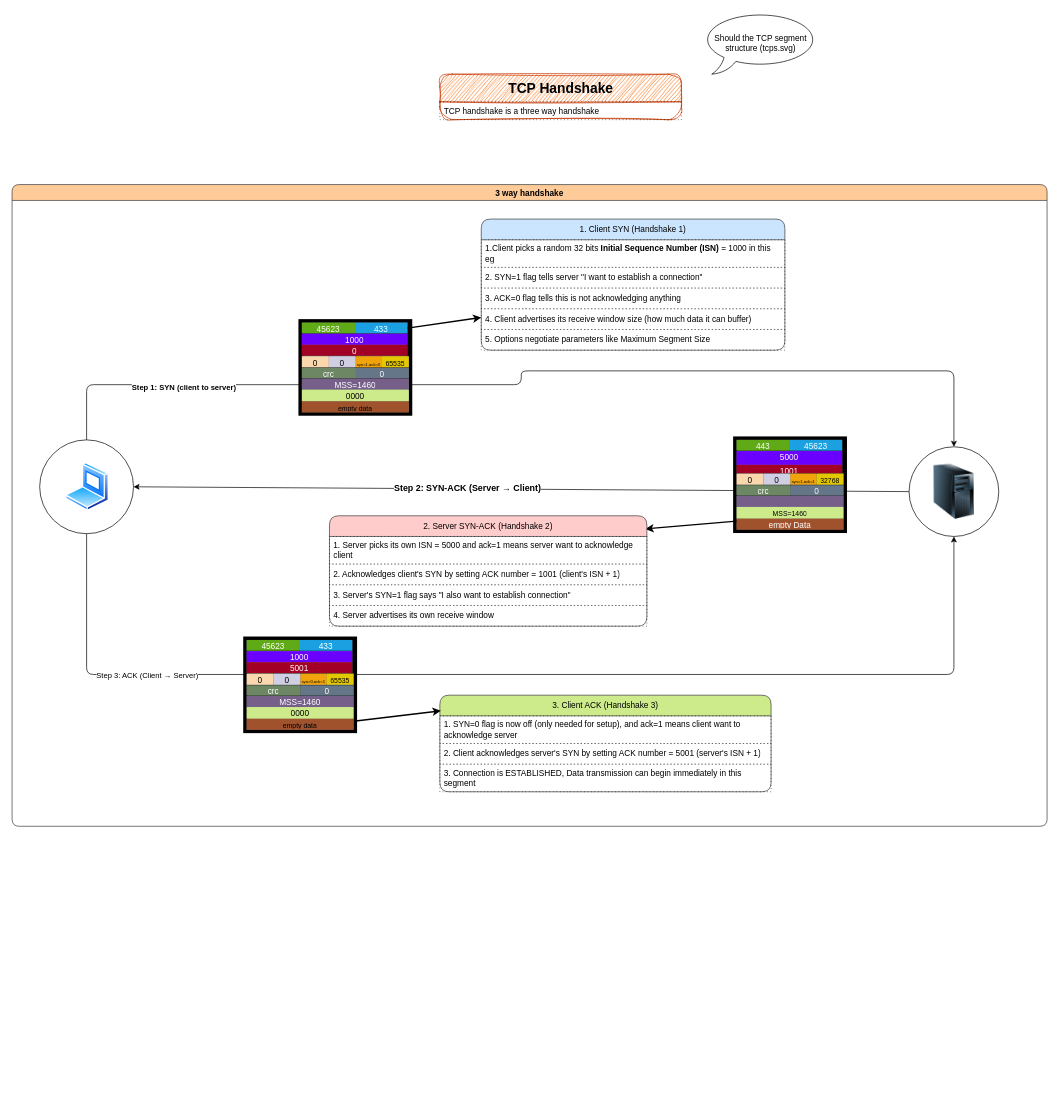
Before: computer-networking/protocols/transmission-control-protocol/tcp-handshake/tcph.dio in knkrn5/Programming-Concepts, a draw.io diagram. Source tidied: cells renumbered, new cells numbered last; positions are measured from the earlier drawing's top-left corner, leaving out a move shared by most shapes. Both pictures are drawn from the tidied source at 69%, with x=0, y=0 at pixel (12, 12).
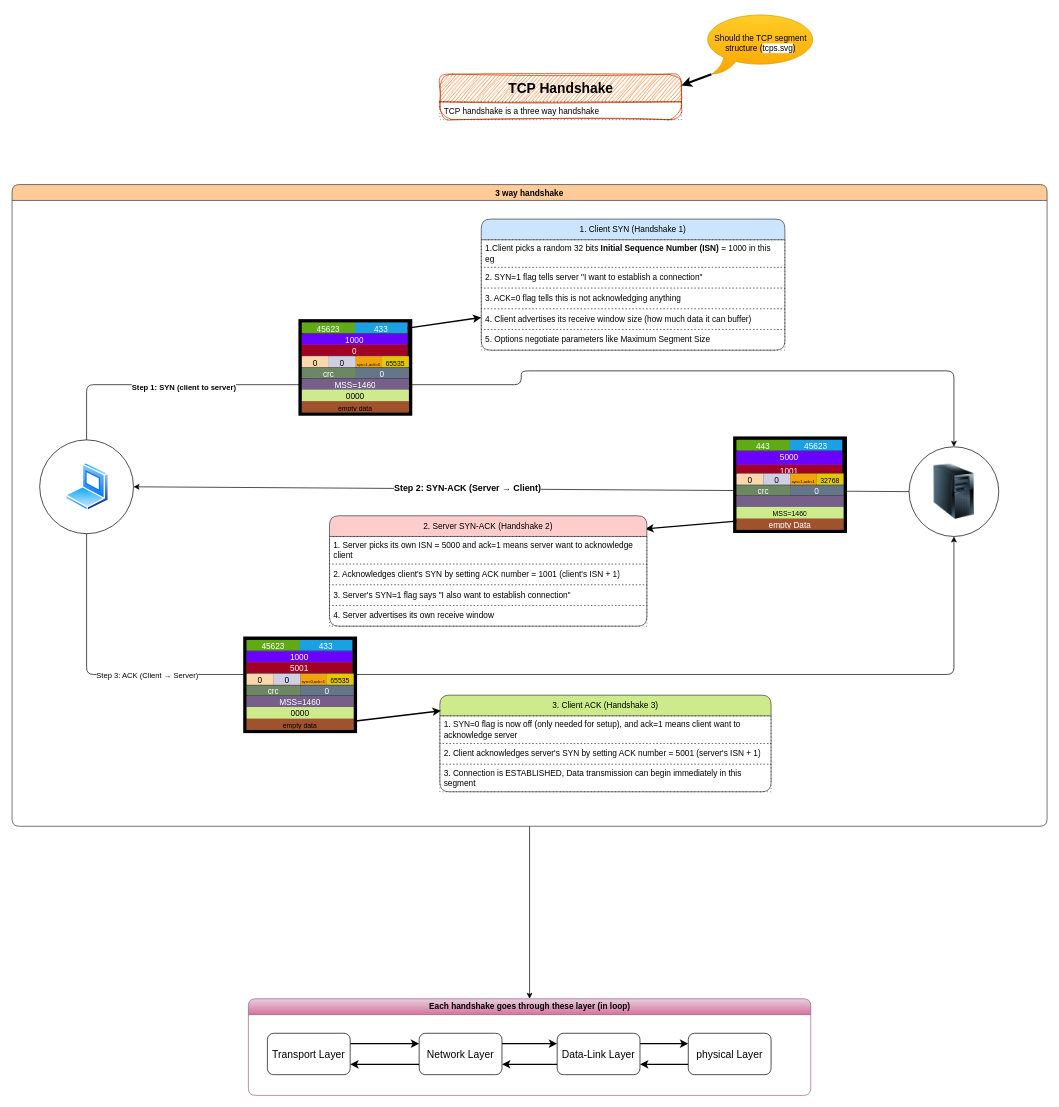
After the change.

The change refers to these unchanged cells:
```xml
<mxCell id="2" value="3 way handshake" style="swimlane;rounded=1;fillColor=#ffcc99;strokeColor=#36393d;" parent="1" vertex="1">
  <mxGeometry y="250" width="1500" height="930" as="geometry" />
</mxCell>
<mxCell id="115" value="&lt;span style=&quot;font-size: 20px;&quot;&gt;&lt;b&gt;TCP Handshake&lt;/b&gt;&lt;/span&gt;" style="swimlane;fontStyle=0;horizontal=1;startSize=40;fillColor=#fa6800;html=1;rounded=1;fontColor=#000000;strokeColor=#C73500;sketch=1;curveFitting=1;jiggle=2;" parent="1" vertex="1">
  <mxGeometry x="620" y="90" width="350" height="66" as="geometry" />
</mxCell>
```

Change to the diagram source:
```diff
@@
+    <mxCell id="118" style="edgeStyle=none;html=1;exitX=0.5;exitY=1;exitDx=0;exitDy=0;entryX=0.5;entryY=0;entryDx=0;entryDy=0;" parent="1" edge="1" source="2" target="120">
+      <mxGeometry relative="1" as="geometry" />
+    </mxCell>
@@
+    <mxCell id="119" style="edgeStyle=none;html=1;exitX=0.08;exitY=1;exitDx=0;exitDy=0;exitPerimeter=0;entryX=1;entryY=0.25;entryDx=0;entryDy=0;strokeWidth=3;flowAnimation=1;" parent="1" edge="1" source="117" target="115">
+      <mxGeometry relative="1" as="geometry" />
+    </mxCell>
-    <mxCell id="117" value="Should the TCP segment structure (&lt;span style=&quot;background-color: light-dark(rgb(255, 255, 255), rgb(153, 0, 153));&quot;&gt;tcps.svg&lt;/span&gt;)" style="whiteSpace=wrap;html=1;shape=mxgraph.basic.oval_callout;" parent="1" vertex="1">
+    <mxCell id="117" value="Should the TCP segment structure (&lt;span style=&quot;background-color: light-dark(rgb(255, 255, 255), rgb(153, 0, 153));&quot;&gt;tcps.svg&lt;/span&gt;)" style="whiteSpace=wrap;html=1;shape=mxgraph.basic.oval_callout;fillColor=#ffcd28;gradientColor=#ffa500;strokeColor=#d79b00;" parent="1" vertex="1">
       <mxGeometry x="1000" width="170" height="90" as="geometry" />
     </mxCell>
+    <mxCell id="120" value="Each handshake goes through these layer (in loop)" style="swimlane;whiteSpace=wrap;html=1;rounded=1;fillColor=#e6d0de;gradientColor=#d5739d;strokeColor=#996185;" parent="1" vertex="1">
+      <mxGeometry x="342.5" y="1430" width="815" height="140" as="geometry" />
+    </mxCell>
+    <mxCell id="121" style="edgeStyle=none;html=1;exitX=1;exitY=0.25;exitDx=0;exitDy=0;entryX=0;entryY=0.25;entryDx=0;entryDy=0;flowAnimation=1;strokeWidth=2;" parent="120" edge="1" source="122" target="125">
+      <mxGeometry relative="1" as="geometry" />
+    </mxCell>
+    <mxCell id="122" value="&lt;font style=&quot;font-size: 15px;&quot;&gt;Transport Layer&lt;/font&gt;" style="rounded=1;whiteSpace=wrap;html=1;" parent="120" vertex="1">
+      <mxGeometry x="27.5" y="50" width="120" height="60" as="geometry" />
+    </mxCell>
+    <mxCell id="123" style="edgeStyle=none;html=1;exitX=1;exitY=0.25;exitDx=0;exitDy=0;entryX=0;entryY=0.25;entryDx=0;entryDy=0;flowAnimation=1;strokeWidth=2;" parent="120" edge="1" source="125" target="128">
+      <mxGeometry relative="1" as="geometry" />
+    </mxCell>
+    <mxCell id="124" style="edgeStyle=none;html=1;exitX=0;exitY=0.75;exitDx=0;exitDy=0;entryX=1;entryY=0.75;entryDx=0;entryDy=0;flowAnimation=1;strokeWidth=2;" parent="120" edge="1" source="125" target="122">
+      <mxGeometry relative="1" as="geometry" />
+    </mxCell>
+    <mxCell id="125" value="&lt;font style=&quot;font-size: 15px;&quot;&gt;Network Layer&lt;/font&gt;" style="rounded=1;whiteSpace=wrap;html=1;" parent="120" vertex="1">
+      <mxGeometry x="247.5" y="50" width="120" height="60" as="geometry" />
+    </mxCell>
+    <mxCell id="126" style="edgeStyle=none;html=1;exitX=1;exitY=0.25;exitDx=0;exitDy=0;entryX=0;entryY=0.25;entryDx=0;entryDy=0;flowAnimation=1;strokeWidth=2;" parent="120" edge="1" source="128" target="130">
+      <mxGeometry relative="1" as="geometry" />
+    </mxCell>
+    <mxCell id="127" style="edgeStyle=none;html=1;exitX=0;exitY=0.75;exitDx=0;exitDy=0;entryX=1;entryY=0.75;entryDx=0;entryDy=0;flowAnimation=1;strokeWidth=2;" parent="120" edge="1" source="128" target="125">
+      <mxGeometry relative="1" as="geometry" />
+    </mxCell>
+    <mxCell id="128" value="&lt;font style=&quot;font-size: 15px;&quot;&gt;Data-Link Layer&lt;/font&gt;" style="rounded=1;whiteSpace=wrap;html=1;" parent="120" vertex="1">
+      <mxGeometry x="447.5" y="50" width="120" height="60" as="geometry" />
+    </mxCell>
+    <mxCell id="129" style="edgeStyle=none;html=1;exitX=0;exitY=0.75;exitDx=0;exitDy=0;entryX=1;entryY=0.75;entryDx=0;entryDy=0;flowAnimation=1;strokeWidth=2;" parent="120" edge="1" source="130" target="128">
+      <mxGeometry relative="1" as="geometry" />
+    </mxCell>
+    <mxCell id="130" value="&lt;font style=&quot;font-size: 15px;&quot;&gt;physical Layer&lt;/font&gt;" style="rounded=1;whiteSpace=wrap;html=1;" parent="120" vertex="1">
+      <mxGeometry x="637.5" y="50" width="120" height="60" as="geometry" />
+    </mxCell>
```
